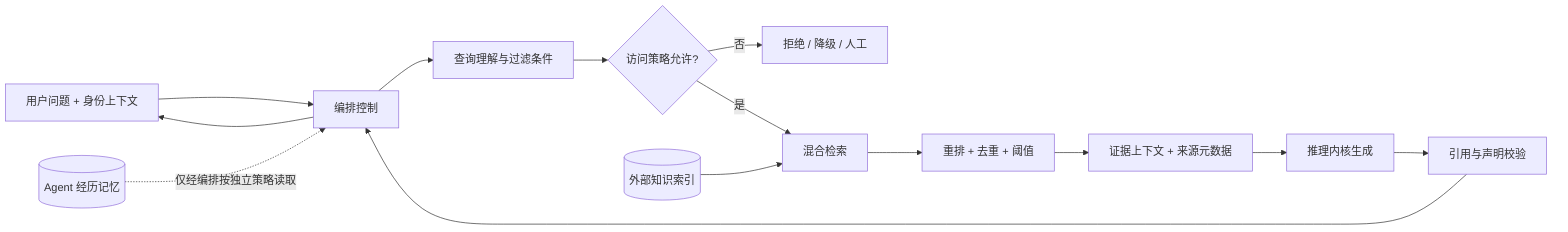
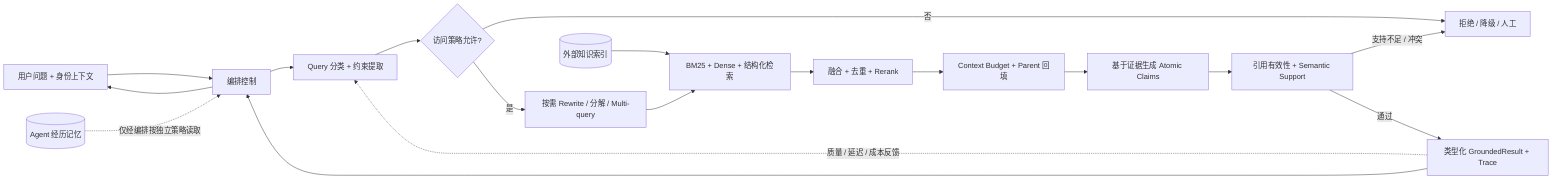
flowchart LR
    U[用户问题 + 身份上下文] --> O[编排控制]
-     O --> Q[查询理解与过滤条件]
+     O --> Q[Query 分类 + 约束提取]
    Q --> A{访问策略允许?}
    A -- 否 --> D[拒绝 / 降级 / 人工]
-     A -- 是 --> R[混合检索]
+     A -- 是 --> T[按需 Rewrite / 分解 / Multi-query]
+     T --> R[BM25 + Dense + 结构化检索]
    K[(外部知识索引)] --> R
-     R --> RR[重排 + 去重 + 阈值]
-     RR --> C[证据上下文 + 来源元数据]
-     C --> P[推理内核生成]
-     P --> V[引用与声明校验]
-     V --> O
+     R --> RR[融合 + 去重 + Rerank]
+     RR --> C[Context Budget + Parent 回填]
+     C --> P[基于证据生成 Atomic Claims]
+     P --> V[引用有效性 + Semantic Support]
+     V -- 支持不足 / 冲突 --> D
+     V -- 通过 --> E[类型化 GroundedResult + Trace]
+     E --> O
+     E -. 质量 / 延迟 / 成本反馈 .-> Q
    O --> U
    M[(Agent 经历记忆)] -. 仅经编排按独立策略读取 .-> O
